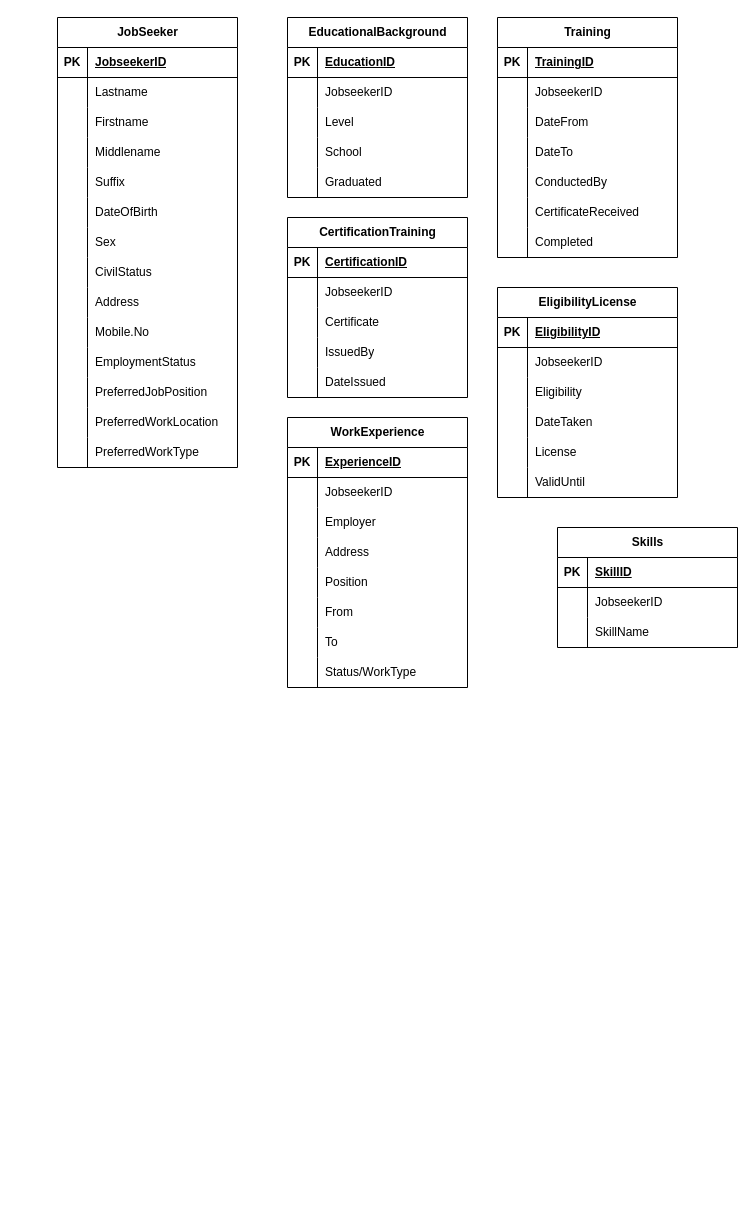
Earlier version of the draw.io diagram Untitled Diagram.drawio (aballemishiel/testmyattendance). Source tidied: cells renumbered, new cells numbered last; positions are measured from the earlier drawing's top-left corner, leaving out a move shared by most shapes. Both pictures are drawn from the tidied source at 100%, with x=0, y=0 at pixel (57, 17).
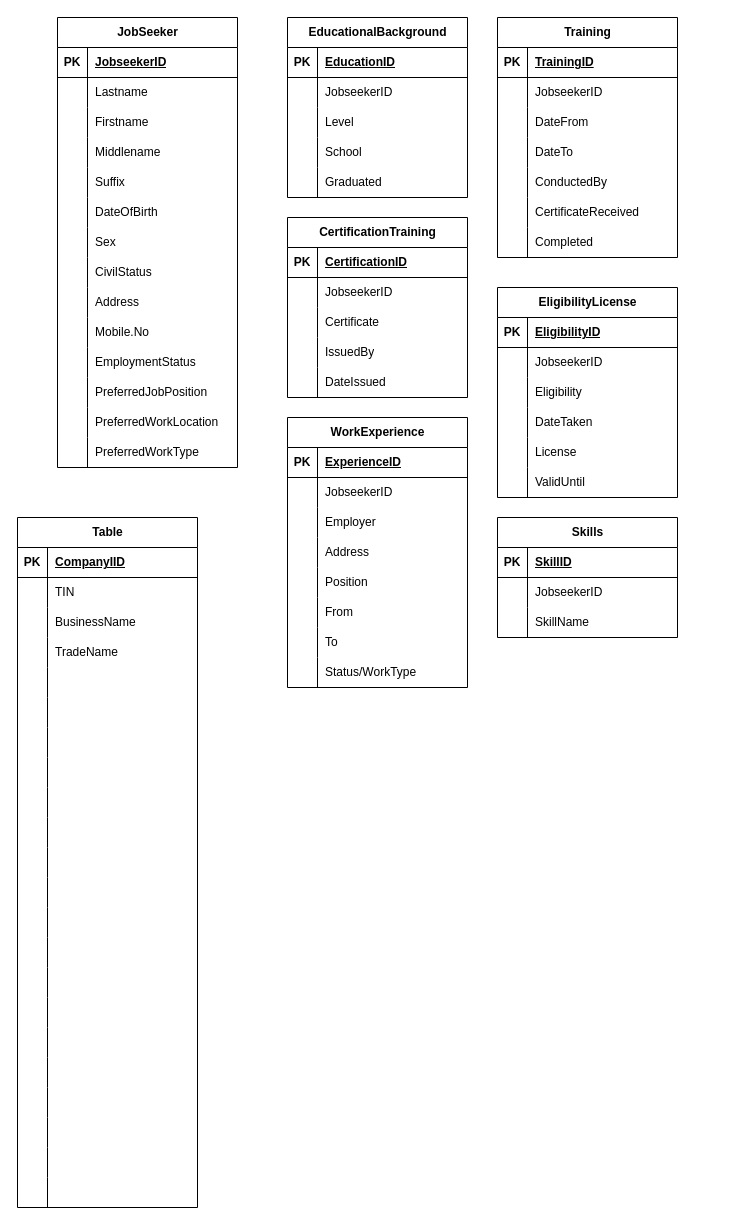
The same diagram, later.

Change to the diagram source:
```diff
@@
     <mxCell id="143" value="Skills" style="shape=table;startSize=30;childLayout=tableLayout;rowLines=0;fontStyle=1;align=center;html=1;" parent="1" vertex="1">
-      <mxGeometry x="500" y="510" width="180" height="120" as="geometry" />
+      <mxGeometry x="440" y="500" width="180" height="120" as="geometry" />
     </mxCell>
@@
+    <mxCell id="153" value="Table" style="shape=table;startSize=30;childLayout=tableLayout;rowLines=0;fontStyle=1;align=center;html=1;" parent="1" vertex="1">
+      <mxGeometry x="-40" y="500" width="180" height="690" as="geometry" />
+    </mxCell>
+    <mxCell id="154" style="shape=tableRow;horizontal=0;startSize=0;swimlaneHead=0;swimlaneBody=0;fillColor=none;top=0;left=0;right=0;bottom=1;" parent="153" vertex="1">
+      <mxGeometry y="30" width="180" height="30" as="geometry" />
+    </mxCell>
+    <mxCell id="155" value="PK" style="shape=partialRectangle;fillColor=none;top=0;left=0;bottom=0;right=0;fontStyle=1;overflow=hidden;whiteSpace=wrap;html=1;" parent="154" vertex="1">
+      <mxGeometry width="30" height="30" as="geometry" />
+    </mxCell>
+    <mxCell id="156" value="CompanyIID" style="shape=partialRectangle;fillColor=none;top=0;left=0;bottom=0;right=0;align=left;spacingLeft=6;fontStyle=5;overflow=hidden;whiteSpace=wrap;html=1;" parent="154" vertex="1">
+      <mxGeometry x="30" width="150" height="30" as="geometry" />
+    </mxCell>
+    <mxCell id="157" style="shape=tableRow;horizontal=0;startSize=0;swimlaneHead=0;swimlaneBody=0;fillColor=none;top=0;left=0;right=0;bottom=0;" parent="153" vertex="1">
+      <mxGeometry y="60" width="180" height="30" as="geometry" />
+    </mxCell>
+    <mxCell id="158" style="shape=partialRectangle;fillColor=none;top=0;left=0;bottom=0;right=0;overflow=hidden;whiteSpace=wrap;html=1;" parent="157" vertex="1">
+      <mxGeometry width="30" height="30" as="geometry" />
+    </mxCell>
+    <mxCell id="159" value="TIN" style="shape=partialRectangle;fillColor=none;top=0;left=0;bottom=0;right=0;align=left;spacingLeft=6;overflow=hidden;whiteSpace=wrap;html=1;" parent="157" vertex="1">
+      <mxGeometry x="30" width="150" height="30" as="geometry" />
+    </mxCell>
+    <mxCell id="160" style="shape=tableRow;horizontal=0;startSize=0;swimlaneHead=0;swimlaneBody=0;fillColor=none;top=0;left=0;right=0;bottom=0;" parent="153" vertex="1">
+      <mxGeometry y="90" width="180" height="30" as="geometry" />
+    </mxCell>
+    <mxCell id="161" style="shape=partialRectangle;fillColor=none;top=0;left=0;bottom=0;right=0;overflow=hidden;whiteSpace=wrap;html=1;" parent="160" vertex="1">
+      <mxGeometry width="30" height="30" as="geometry" />
+    </mxCell>
+    <mxCell id="162" value="BusinessName" style="shape=partialRectangle;fillColor=none;top=0;left=0;bottom=0;right=0;align=left;spacingLeft=6;overflow=hidden;whiteSpace=wrap;html=1;" parent="160" vertex="1">
+      <mxGeometry x="30" width="150" height="30" as="geometry" />
+    </mxCell>
+    <mxCell id="163" style="shape=tableRow;horizontal=0;startSize=0;swimlaneHead=0;swimlaneBody=0;fillColor=none;top=0;left=0;right=0;bottom=0;" parent="153" vertex="1">
+      <mxGeometry y="120" width="180" height="30" as="geometry" />
+    </mxCell>
+    <mxCell id="164" style="shape=partialRectangle;fillColor=none;top=0;left=0;bottom=0;right=0;overflow=hidden;whiteSpace=wrap;html=1;" parent="163" vertex="1">
+      <mxGeometry width="30" height="30" as="geometry" />
+    </mxCell>
+    <mxCell id="165" value="TradeName" style="shape=partialRectangle;fillColor=none;top=0;left=0;bottom=0;right=0;align=left;spacingLeft=6;overflow=hidden;whiteSpace=wrap;html=1;" parent="163" vertex="1">
+      <mxGeometry x="30" width="150" height="30" as="geometry" />
+    </mxCell>
+    <mxCell id="166" style="shape=tableRow;horizontal=0;startSize=0;swimlaneHead=0;swimlaneBody=0;fillColor=none;top=0;left=0;right=0;bottom=0;" parent="153" vertex="1">
+      <mxGeometry y="150" width="180" height="30" as="geometry" />
+    </mxCell>
+    <mxCell id="167" style="shape=partialRectangle;fillColor=none;top=0;left=0;bottom=0;right=0;overflow=hidden;whiteSpace=wrap;html=1;" parent="166" vertex="1">
+      <mxGeometry width="30" height="30" as="geometry" />
+    </mxCell>
+    <mxCell id="168" style="shape=partialRectangle;fillColor=none;top=0;left=0;bottom=0;right=0;align=left;spacingLeft=6;overflow=hidden;whiteSpace=wrap;html=1;" parent="166" vertex="1">
+      <mxGeometry x="30" width="150" height="30" as="geometry" />
+    </mxCell>
+    <mxCell id="169" style="shape=tableRow;horizontal=0;startSize=0;swimlaneHead=0;swimlaneBody=0;fillColor=none;top=0;left=0;right=0;bottom=0;" parent="153" vertex="1">
+      <mxGeometry y="180" width="180" height="30" as="geometry" />
+    </mxCell>
+    <mxCell id="170" style="shape=partialRectangle;fillColor=none;top=0;left=0;bottom=0;right=0;overflow=hidden;whiteSpace=wrap;html=1;" parent="169" vertex="1">
+      <mxGeometry width="30" height="30" as="geometry" />
+    </mxCell>
+    <mxCell id="171" style="shape=partialRectangle;fillColor=none;top=0;left=0;bottom=0;right=0;align=left;spacingLeft=6;overflow=hidden;whiteSpace=wrap;html=1;" parent="169" vertex="1">
+      <mxGeometry x="30" width="150" height="30" as="geometry" />
+    </mxCell>
+    <mxCell id="172" style="shape=tableRow;horizontal=0;startSize=0;swimlaneHead=0;swimlaneBody=0;fillColor=none;top=0;left=0;right=0;bottom=0;" parent="153" vertex="1">
+      <mxGeometry y="210" width="180" height="30" as="geometry" />
+    </mxCell>
+    <mxCell id="173" style="shape=partialRectangle;fillColor=none;top=0;left=0;bottom=0;right=0;overflow=hidden;whiteSpace=wrap;html=1;" parent="172" vertex="1">
+      <mxGeometry width="30" height="30" as="geometry" />
+    </mxCell>
+    <mxCell id="174" style="shape=partialRectangle;fillColor=none;top=0;left=0;bottom=0;right=0;align=left;spacingLeft=6;overflow=hidden;whiteSpace=wrap;html=1;" parent="172" vertex="1">
+      <mxGeometry x="30" width="150" height="30" as="geometry" />
+    </mxCell>
+    <mxCell id="175" style="shape=tableRow;horizontal=0;startSize=0;swimlaneHead=0;swimlaneBody=0;fillColor=none;top=0;left=0;right=0;bottom=0;" parent="153" vertex="1">
+      <mxGeometry y="240" width="180" height="30" as="geometry" />
+    </mxCell>
+    <mxCell id="176" style="shape=partialRectangle;fillColor=none;top=0;left=0;bottom=0;right=0;overflow=hidden;whiteSpace=wrap;html=1;" parent="175" vertex="1">
+      <mxGeometry width="30" height="30" as="geometry" />
+    </mxCell>
+    <mxCell id="177" style="shape=partialRectangle;fillColor=none;top=0;left=0;bottom=0;right=0;align=left;spacingLeft=6;overflow=hidden;whiteSpace=wrap;html=1;" parent="175" vertex="1">
+      <mxGeometry x="30" width="150" height="30" as="geometry" />
+    </mxCell>
+    <mxCell id="178" style="shape=tableRow;horizontal=0;startSize=0;swimlaneHead=0;swimlaneBody=0;fillColor=none;top=0;left=0;right=0;bottom=0;" parent="153" vertex="1">
+      <mxGeometry y="270" width="180" height="30" as="geometry" />
+    </mxCell>
+    <mxCell id="179" style="shape=partialRectangle;fillColor=none;top=0;left=0;bottom=0;right=0;overflow=hidden;whiteSpace=wrap;html=1;" parent="178" vertex="1">
+      <mxGeometry width="30" height="30" as="geometry" />
+    </mxCell>
+    <mxCell id="180" style="shape=partialRectangle;fillColor=none;top=0;left=0;bottom=0;right=0;align=left;spacingLeft=6;overflow=hidden;whiteSpace=wrap;html=1;" parent="178" vertex="1">
+      <mxGeometry x="30" width="150" height="30" as="geometry" />
+    </mxCell>
+    <mxCell id="181" style="shape=tableRow;horizontal=0;startSize=0;swimlaneHead=0;swimlaneBody=0;fillColor=none;top=0;left=0;right=0;bottom=0;" parent="153" vertex="1">
+      <mxGeometry y="300" width="180" height="30" as="geometry" />
+    </mxCell>
+    <mxCell id="182" style="shape=partialRectangle;fillColor=none;top=0;left=0;bottom=0;right=0;overflow=hidden;whiteSpace=wrap;html=1;" parent="181" vertex="1">
+      <mxGeometry width="30" height="30" as="geometry" />
+    </mxCell>
+    <mxCell id="183" style="shape=partialRectangle;fillColor=none;top=0;left=0;bottom=0;right=0;align=left;spacingLeft=6;overflow=hidden;whiteSpace=wrap;html=1;" parent="181" vertex="1">
+      <mxGeometry x="30" width="150" height="30" as="geometry" />
+    </mxCell>
+    <mxCell id="184" style="shape=tableRow;horizontal=0;startSize=0;swimlaneHead=0;swimlaneBody=0;fillColor=none;top=0;left=0;right=0;bottom=0;" parent="153" vertex="1">
+      <mxGeometry y="330" width="180" height="30" as="geometry" />
+    </mxCell>
+    <mxCell id="185" style="shape=partialRectangle;fillColor=none;top=0;left=0;bottom=0;right=0;overflow=hidden;whiteSpace=wrap;html=1;" parent="184" vertex="1">
+      <mxGeometry width="30" height="30" as="geometry" />
+    </mxCell>
+    <mxCell id="186" style="shape=partialRectangle;fillColor=none;top=0;left=0;bottom=0;right=0;align=left;spacingLeft=6;overflow=hidden;whiteSpace=wrap;html=1;" parent="184" vertex="1">
+      <mxGeometry x="30" width="150" height="30" as="geometry" />
+    </mxCell>
+    <mxCell id="187" style="shape=tableRow;horizontal=0;startSize=0;swimlaneHead=0;swimlaneBody=0;fillColor=none;top=0;left=0;right=0;bottom=0;" parent="153" vertex="1">
+      <mxGeometry y="360" width="180" height="30" as="geometry" />
+    </mxCell>
+    <mxCell id="188" style="shape=partialRectangle;fillColor=none;top=0;left=0;bottom=0;right=0;overflow=hidden;whiteSpace=wrap;html=1;" parent="187" vertex="1">
+      <mxGeometry width="30" height="30" as="geometry" />
+    </mxCell>
+    <mxCell id="189" style="shape=partialRectangle;fillColor=none;top=0;left=0;bottom=0;right=0;align=left;spacingLeft=6;overflow=hidden;whiteSpace=wrap;html=1;" parent="187" vertex="1">
+      <mxGeometry x="30" width="150" height="30" as="geometry" />
+    </mxCell>
+    <mxCell id="190" style="shape=tableRow;horizontal=0;startSize=0;swimlaneHead=0;swimlaneBody=0;fillColor=none;top=0;left=0;right=0;bottom=0;" parent="153" vertex="1">
+      <mxGeometry y="390" width="180" height="30" as="geometry" />
+    </mxCell>
+    <mxCell id="191" style="shape=partialRectangle;fillColor=none;top=0;left=0;bottom=0;right=0;overflow=hidden;whiteSpace=wrap;html=1;" parent="190" vertex="1">
+      <mxGeometry width="30" height="30" as="geometry" />
+    </mxCell>
+    <mxCell id="192" style="shape=partialRectangle;fillColor=none;top=0;left=0;bottom=0;right=0;align=left;spacingLeft=6;overflow=hidden;whiteSpace=wrap;html=1;" parent="190" vertex="1">
+      <mxGeometry x="30" width="150" height="30" as="geometry" />
+    </mxCell>
+    <mxCell id="193" style="shape=tableRow;horizontal=0;startSize=0;swimlaneHead=0;swimlaneBody=0;fillColor=none;top=0;left=0;right=0;bottom=0;" parent="153" vertex="1">
+      <mxGeometry y="420" width="180" height="30" as="geometry" />
+    </mxCell>
+    <mxCell id="194" style="shape=partialRectangle;fillColor=none;top=0;left=0;bottom=0;right=0;overflow=hidden;whiteSpace=wrap;html=1;" parent="193" vertex="1">
+      <mxGeometry width="30" height="30" as="geometry" />
+    </mxCell>
+    <mxCell id="195" style="shape=partialRectangle;fillColor=none;top=0;left=0;bottom=0;right=0;align=left;spacingLeft=6;overflow=hidden;whiteSpace=wrap;html=1;" parent="193" vertex="1">
+      <mxGeometry x="30" width="150" height="30" as="geometry" />
+    </mxCell>
+    <mxCell id="196" style="shape=tableRow;horizontal=0;startSize=0;swimlaneHead=0;swimlaneBody=0;fillColor=none;top=0;left=0;right=0;bottom=0;" parent="153" vertex="1">
+      <mxGeometry y="450" width="180" height="30" as="geometry" />
+    </mxCell>
+    <mxCell id="197" style="shape=partialRectangle;fillColor=none;top=0;left=0;bottom=0;right=0;overflow=hidden;whiteSpace=wrap;html=1;" parent="196" vertex="1">
+      <mxGeometry width="30" height="30" as="geometry" />
+    </mxCell>
+    <mxCell id="198" style="shape=partialRectangle;fillColor=none;top=0;left=0;bottom=0;right=0;align=left;spacingLeft=6;overflow=hidden;whiteSpace=wrap;html=1;" parent="196" vertex="1">
+      <mxGeometry x="30" width="150" height="30" as="geometry" />
+    </mxCell>
+    <mxCell id="199" style="shape=tableRow;horizontal=0;startSize=0;swimlaneHead=0;swimlaneBody=0;fillColor=none;top=0;left=0;right=0;bottom=0;" parent="153" vertex="1">
+      <mxGeometry y="480" width="180" height="30" as="geometry" />
+    </mxCell>
+    <mxCell id="200" style="shape=partialRectangle;fillColor=none;top=0;left=0;bottom=0;right=0;overflow=hidden;whiteSpace=wrap;html=1;" parent="199" vertex="1">
+      <mxGeometry width="30" height="30" as="geometry" />
+    </mxCell>
+    <mxCell id="201" style="shape=partialRectangle;fillColor=none;top=0;left=0;bottom=0;right=0;align=left;spacingLeft=6;overflow=hidden;whiteSpace=wrap;html=1;" parent="199" vertex="1">
+      <mxGeometry x="30" width="150" height="30" as="geometry" />
+    </mxCell>
+    <mxCell id="202" style="shape=tableRow;horizontal=0;startSize=0;swimlaneHead=0;swimlaneBody=0;fillColor=none;top=0;left=0;right=0;bottom=0;" parent="153" vertex="1">
+      <mxGeometry y="510" width="180" height="30" as="geometry" />
+    </mxCell>
+    <mxCell id="203" style="shape=partialRectangle;fillColor=none;top=0;left=0;bottom=0;right=0;overflow=hidden;whiteSpace=wrap;html=1;" parent="202" vertex="1">
+      <mxGeometry width="30" height="30" as="geometry" />
+    </mxCell>
+    <mxCell id="204" style="shape=partialRectangle;fillColor=none;top=0;left=0;bottom=0;right=0;align=left;spacingLeft=6;overflow=hidden;whiteSpace=wrap;html=1;" parent="202" vertex="1">
+      <mxGeometry x="30" width="150" height="30" as="geometry" />
+    </mxCell>
+    <mxCell id="205" style="shape=tableRow;horizontal=0;startSize=0;swimlaneHead=0;swimlaneBody=0;fillColor=none;top=0;left=0;right=0;bottom=0;" parent="153" vertex="1">
+      <mxGeometry y="540" width="180" height="30" as="geometry" />
+    </mxCell>
+    <mxCell id="206" style="shape=partialRectangle;fillColor=none;top=0;left=0;bottom=0;right=0;overflow=hidden;whiteSpace=wrap;html=1;" parent="205" vertex="1">
+      <mxGeometry width="30" height="30" as="geometry" />
+    </mxCell>
+    <mxCell id="207" style="shape=partialRectangle;fillColor=none;top=0;left=0;bottom=0;right=0;align=left;spacingLeft=6;overflow=hidden;whiteSpace=wrap;html=1;" parent="205" vertex="1">
+      <mxGeometry x="30" width="150" height="30" as="geometry" />
+    </mxCell>
+    <mxCell id="208" style="shape=tableRow;horizontal=0;startSize=0;swimlaneHead=0;swimlaneBody=0;fillColor=none;top=0;left=0;right=0;bottom=0;" parent="153" vertex="1">
+      <mxGeometry y="570" width="180" height="30" as="geometry" />
+    </mxCell>
+    <mxCell id="209" style="shape=partialRectangle;fillColor=none;top=0;left=0;bottom=0;right=0;overflow=hidden;whiteSpace=wrap;html=1;" parent="208" vertex="1">
+      <mxGeometry width="30" height="30" as="geometry" />
+    </mxCell>
+    <mxCell id="210" style="shape=partialRectangle;fillColor=none;top=0;left=0;bottom=0;right=0;align=left;spacingLeft=6;overflow=hidden;whiteSpace=wrap;html=1;" parent="208" vertex="1">
+      <mxGeometry x="30" width="150" height="30" as="geometry" />
+    </mxCell>
+    <mxCell id="211" style="shape=tableRow;horizontal=0;startSize=0;swimlaneHead=0;swimlaneBody=0;fillColor=none;top=0;left=0;right=0;bottom=0;" parent="153" vertex="1">
+      <mxGeometry y="600" width="180" height="30" as="geometry" />
+    </mxCell>
+    <mxCell id="212" style="shape=partialRectangle;fillColor=none;top=0;left=0;bottom=0;right=0;overflow=hidden;whiteSpace=wrap;html=1;" parent="211" vertex="1">
+      <mxGeometry width="30" height="30" as="geometry" />
+    </mxCell>
+    <mxCell id="213" style="shape=partialRectangle;fillColor=none;top=0;left=0;bottom=0;right=0;align=left;spacingLeft=6;overflow=hidden;whiteSpace=wrap;html=1;" parent="211" vertex="1">
+      <mxGeometry x="30" width="150" height="30" as="geometry" />
+    </mxCell>
+    <mxCell id="214" style="shape=tableRow;horizontal=0;startSize=0;swimlaneHead=0;swimlaneBody=0;fillColor=none;top=0;left=0;right=0;bottom=0;" parent="153" vertex="1">
+      <mxGeometry y="630" width="180" height="30" as="geometry" />
+    </mxCell>
+    <mxCell id="215" style="shape=partialRectangle;fillColor=none;top=0;left=0;bottom=0;right=0;overflow=hidden;whiteSpace=wrap;html=1;" parent="214" vertex="1">
+      <mxGeometry width="30" height="30" as="geometry" />
+    </mxCell>
+    <mxCell id="216" style="shape=partialRectangle;fillColor=none;top=0;left=0;bottom=0;right=0;align=left;spacingLeft=6;overflow=hidden;whiteSpace=wrap;html=1;" parent="214" vertex="1">
+      <mxGeometry x="30" width="150" height="30" as="geometry" />
+    </mxCell>
+    <mxCell id="217" style="shape=tableRow;horizontal=0;startSize=0;swimlaneHead=0;swimlaneBody=0;fillColor=none;top=0;left=0;right=0;bottom=0;" parent="153" vertex="1">
+      <mxGeometry y="660" width="180" height="30" as="geometry" />
+    </mxCell>
+    <mxCell id="218" style="shape=partialRectangle;fillColor=none;top=0;left=0;bottom=0;right=0;overflow=hidden;whiteSpace=wrap;html=1;" parent="217" vertex="1">
+      <mxGeometry width="30" height="30" as="geometry" />
+    </mxCell>
+    <mxCell id="219" style="shape=partialRectangle;fillColor=none;top=0;left=0;bottom=0;right=0;align=left;spacingLeft=6;overflow=hidden;whiteSpace=wrap;html=1;" parent="217" vertex="1">
+      <mxGeometry x="30" width="150" height="30" as="geometry" />
+    </mxCell>
```
